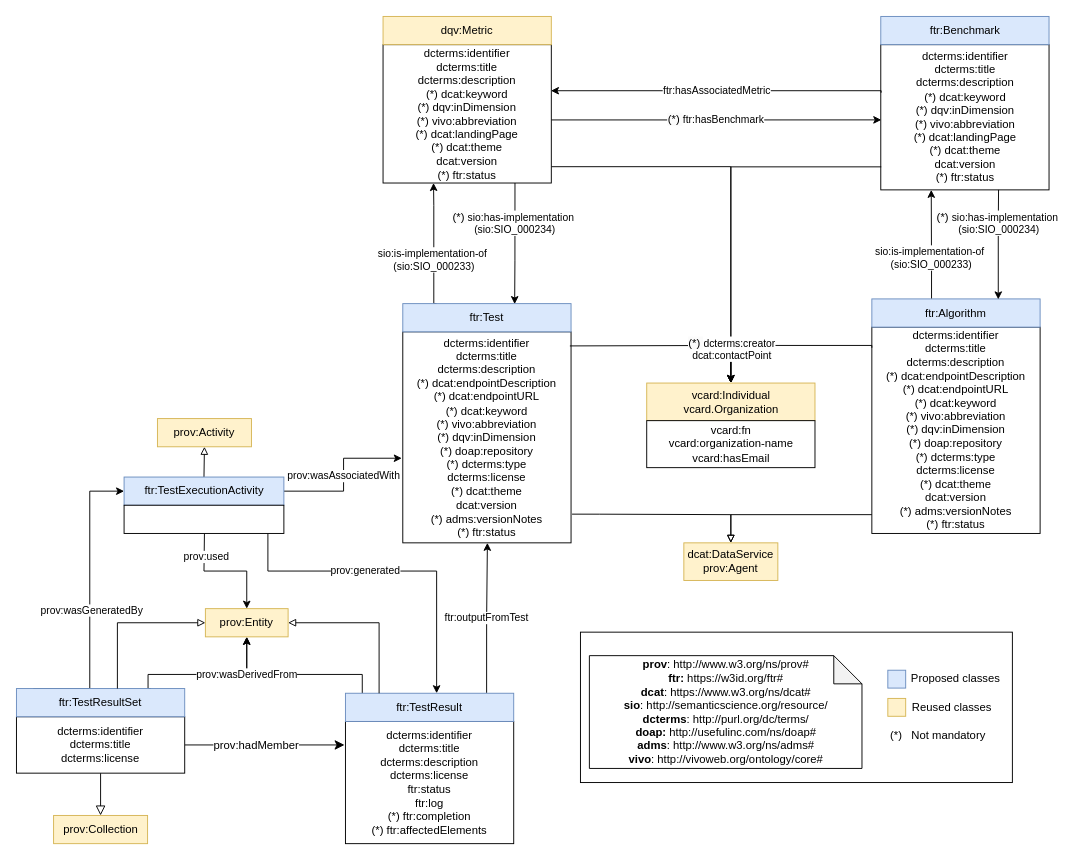
Above: page "v8" (1 of 2) of development/img/FAIRTestResult_diagram_v8.drawio in OSTrails/FAIR_assessment_output_specification (draw.io), before the change. Source tidied: cells renumbered, new cells numbered last; positions are measured from the earlier drawing's top-left corner, leaving out a move shared by most shapes. Both pictures are drawn from the tidied source at 94%, with x=0, y=0 at pixel (16, 16).
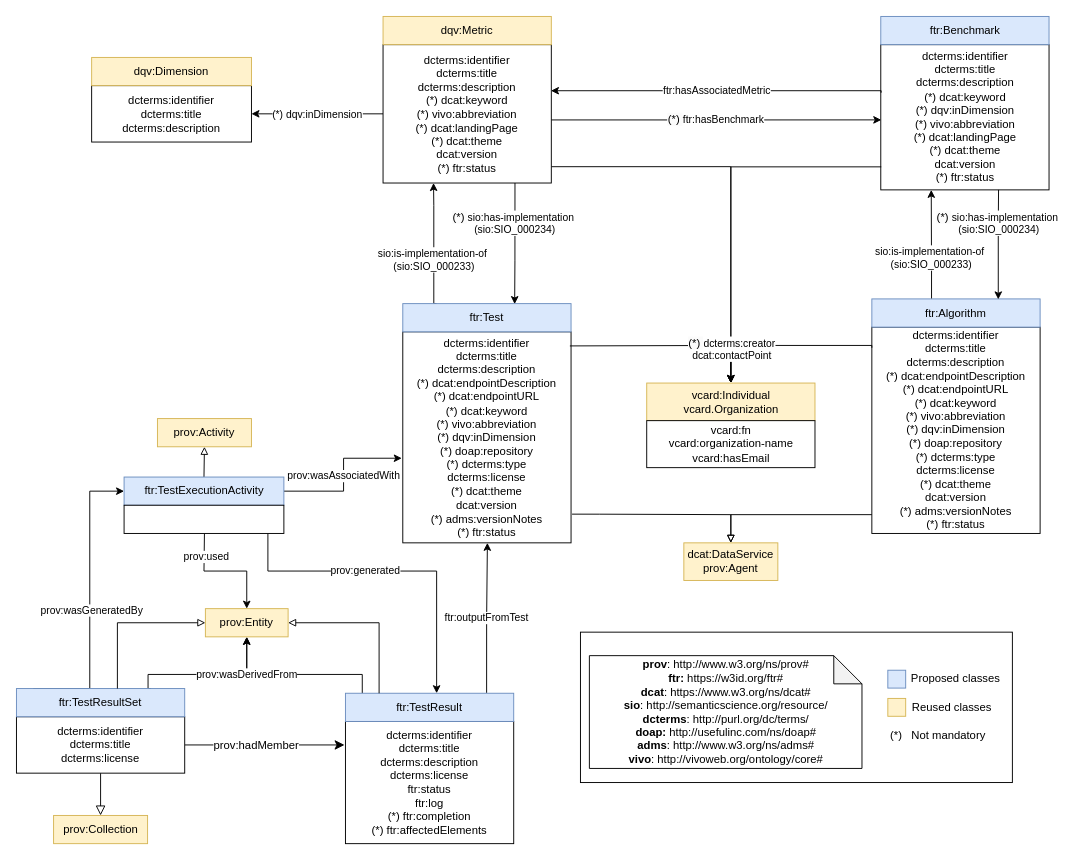
After the change.

The edit, as a diff of the source:
```diff
@@
+    <mxCell id="57" value="&lt;span style=&quot;text-decoration-skip-ink: none;&quot;&gt;&lt;span style=&quot;background-color: transparent; color: light-dark(rgb(0, 0, 0), rgb(255, 255, 255));&quot;&gt;(*)&lt;/span&gt;&lt;span style=&quot;background-color: transparent; color: light-dark(rgb(0, 0, 0), rgb(255, 255, 255));&quot;&gt;&amp;nbsp;&lt;/span&gt;dqv:inDimension&lt;/span&gt;" style="edgeStyle=orthogonalEdgeStyle;rounded=0;jettySize=auto;html=1;exitX=0;exitY=0.5;exitDx=0;exitDy=0;entryX=1;entryY=0.5;entryDx=0;entryDy=0;" parent="1" edge="1" source="37" target="58">
+      <mxGeometry relative="1" as="geometry" />
+    </mxCell>
-    <mxCell id="37" value="&lt;span style=&quot;text-decoration-skip-ink: none;&quot;&gt;&lt;div&gt;dcterms:identifier&lt;/div&gt;&lt;div&gt;&lt;span style=&quot;background-color: initial;&quot;&gt;dcterms:title&lt;/span&gt;&lt;br&gt;&lt;/div&gt;&lt;div&gt;dcterms:description&lt;/div&gt;&lt;div&gt;&lt;span style=&quot;background-color: transparent; color: light-dark(rgb(0, 0, 0), rgb(255, 255, 255));&quot;&gt;(*)&lt;/span&gt;&lt;span style=&quot;background-color: transparent; color: light-dark(rgb(0, 0, 0), rgb(255, 255, 255));&quot;&gt;&amp;nbsp;&lt;/span&gt;dcat:keyword&lt;/div&gt;&lt;div&gt;&lt;span style=&quot;background-color: transparent; color: light-dark(rgb(0, 0, 0), rgb(255, 255, 255));&quot;&gt;(*)&lt;/span&gt;&lt;span style=&quot;background-color: transparent; color: light-dark(rgb(0, 0, 0), rgb(255, 255, 255));&quot;&gt;&amp;nbsp;&lt;/span&gt;dqv:inDimension&lt;/div&gt;&lt;div&gt;&lt;span style=&quot;background-color: transparent; color: light-dark(rgb(0, 0, 0), rgb(255, 255, 255));&quot;&gt;(*)&lt;/span&gt;&lt;span style=&quot;background-color: transparent; color: light-dark(rgb(0, 0, 0), rgb(255, 255, 255));&quot;&gt;&amp;nbsp;&lt;/span&gt;vivo:abbreviation&lt;/div&gt;&lt;div&gt;&lt;span style=&quot;background-color: transparent; color: light-dark(rgb(0, 0, 0), rgb(255, 255, 255));&quot;&gt;(*)&lt;/span&gt;&lt;span style=&quot;background-color: transparent; color: light-dark(rgb(0, 0, 0), rgb(255, 255, 255));&quot;&gt;&amp;nbsp;&lt;/span&gt;dcat:landingPage&lt;/div&gt;&lt;div&gt;&lt;div&gt;&lt;span style=&quot;background-color: transparent; color: light-dark(rgb(0, 0, 0), rgb(255, 255, 255));&quot;&gt;(*)&lt;/span&gt;&lt;span style=&quot;background-color: transparent; color: light-dark(rgb(0, 0, 0), rgb(255, 255, 255));&quot;&gt;&amp;nbsp;&lt;/span&gt;dcat:theme&lt;/div&gt;&lt;div&gt;dcat:version&lt;/div&gt;&lt;div&gt;&lt;span style=&quot;background-color: transparent; color: light-dark(rgb(0, 0, 0), rgb(255, 255, 255));&quot;&gt;(*)&lt;/span&gt;&lt;span style=&quot;background-color: transparent; color: light-dark(rgb(0, 0, 0), rgb(255, 255, 255));&quot;&gt;&amp;nbsp;&lt;/span&gt;ftr:status&lt;/div&gt;&lt;/div&gt;&lt;/span&gt;" style="rounded=0;whiteSpace=wrap;html=1;snapToPoint=1;points=[[0.1,0],[0.2,0],[0.3,0],[0.4,0],[0.5,0],[0.6,0],[0.7,0],[0.8,0],[0.9,0],[0,0.1],[0,0.3],[0,0.5],[0,0.7],[0,0.9],[0.1,1],[0.2,1],[0.3,1],[0.4,1],[0.5,1],[0.6,1],[0.7,1],[0.8,1],[0.9,1],[1,0.1],[1,0.3],[1,0.5],[1,0.7],[1,0.9]];" parent="1" vertex="1">
+    <mxCell id="37" value="&lt;span style=&quot;text-decoration-skip-ink: none;&quot;&gt;&lt;div&gt;dcterms:identifier&lt;/div&gt;&lt;div&gt;&lt;span style=&quot;background-color: initial;&quot;&gt;dcterms:title&lt;/span&gt;&lt;br&gt;&lt;/div&gt;&lt;div&gt;dcterms:description&lt;/div&gt;&lt;div&gt;&lt;span style=&quot;background-color: transparent; color: light-dark(rgb(0, 0, 0), rgb(255, 255, 255));&quot;&gt;(*)&lt;/span&gt;&lt;span style=&quot;background-color: transparent; color: light-dark(rgb(0, 0, 0), rgb(255, 255, 255));&quot;&gt;&amp;nbsp;&lt;/span&gt;dcat:keyword&lt;/div&gt;&lt;div&gt;&lt;span style=&quot;background-color: transparent; color: light-dark(rgb(0, 0, 0), rgb(255, 255, 255));&quot;&gt;(*)&lt;/span&gt;&lt;span style=&quot;background-color: transparent; color: light-dark(rgb(0, 0, 0), rgb(255, 255, 255));&quot;&gt;&amp;nbsp;&lt;/span&gt;vivo:abbreviation&lt;/div&gt;&lt;div&gt;&lt;span style=&quot;background-color: transparent; color: light-dark(rgb(0, 0, 0), rgb(255, 255, 255));&quot;&gt;(*)&lt;/span&gt;&lt;span style=&quot;background-color: transparent; color: light-dark(rgb(0, 0, 0), rgb(255, 255, 255));&quot;&gt;&amp;nbsp;&lt;/span&gt;dcat:landingPage&lt;/div&gt;&lt;div&gt;&lt;div&gt;&lt;span style=&quot;background-color: transparent; color: light-dark(rgb(0, 0, 0), rgb(255, 255, 255));&quot;&gt;(*)&lt;/span&gt;&lt;span style=&quot;background-color: transparent; color: light-dark(rgb(0, 0, 0), rgb(255, 255, 255));&quot;&gt;&amp;nbsp;&lt;/span&gt;dcat:theme&lt;/div&gt;&lt;div&gt;dcat:version&lt;/div&gt;&lt;div&gt;&lt;span style=&quot;background-color: transparent; color: light-dark(rgb(0, 0, 0), rgb(255, 255, 255));&quot;&gt;(*)&lt;/span&gt;&lt;span style=&quot;background-color: transparent; color: light-dark(rgb(0, 0, 0), rgb(255, 255, 255));&quot;&gt;&amp;nbsp;&lt;/span&gt;ftr:status&lt;/div&gt;&lt;/div&gt;&lt;/span&gt;" style="rounded=0;whiteSpace=wrap;html=1;snapToPoint=1;points=[[0.1,0],[0.2,0],[0.3,0],[0.4,0],[0.5,0],[0.6,0],[0.7,0],[0.8,0],[0.9,0],[0,0.1],[0,0.3],[0,0.5],[0,0.7],[0,0.9],[0.1,1],[0.2,1],[0.3,1],[0.4,1],[0.5,1],[0.6,1],[0.7,1],[0.8,1],[0.9,1],[1,0.1],[1,0.3],[1,0.5],[1,0.7],[1,0.9]];" parent="1" vertex="1">
       <mxGeometry x="390" y="30" width="179" height="147.2" as="geometry" />
     </mxCell>
@@
+    <mxCell id="58" value="&lt;span style=&quot;text-decoration-skip-ink: none;&quot;&gt;&lt;div&gt;dcterms:identifier&lt;/div&gt;&lt;div&gt;&lt;span style=&quot;background-color: initial;&quot;&gt;dcterms:title&lt;/span&gt;&lt;br&gt;&lt;/div&gt;&lt;div&gt;dcterms:description&lt;/div&gt;&lt;/span&gt;" style="rounded=0;whiteSpace=wrap;html=1;snapToPoint=1;points=[[0.1,0],[0.2,0],[0.3,0],[0.4,0],[0.5,0],[0.6,0],[0.7,0],[0.8,0],[0.9,0],[0,0.1],[0,0.3],[0,0.5],[0,0.7],[0,0.9],[0.1,1],[0.2,1],[0.3,1],[0.4,1],[0.5,1],[0.6,1],[0.7,1],[0.8,1],[0.9,1],[1,0.1],[1,0.3],[1,0.5],[1,0.7],[1,0.9]];" parent="1" vertex="1">
+      <mxGeometry x="80" y="73.6" width="170" height="60" as="geometry" />
+    </mxCell>
+    <mxCell id="59" value="dqv:Dimension" style="rounded=0;whiteSpace=wrap;html=1;fillColor=#fff2cc;strokeColor=#d6b656;" parent="1" vertex="1">
+      <mxGeometry x="80" y="43.6" width="170" height="30" as="geometry" />
+    </mxCell>
```
